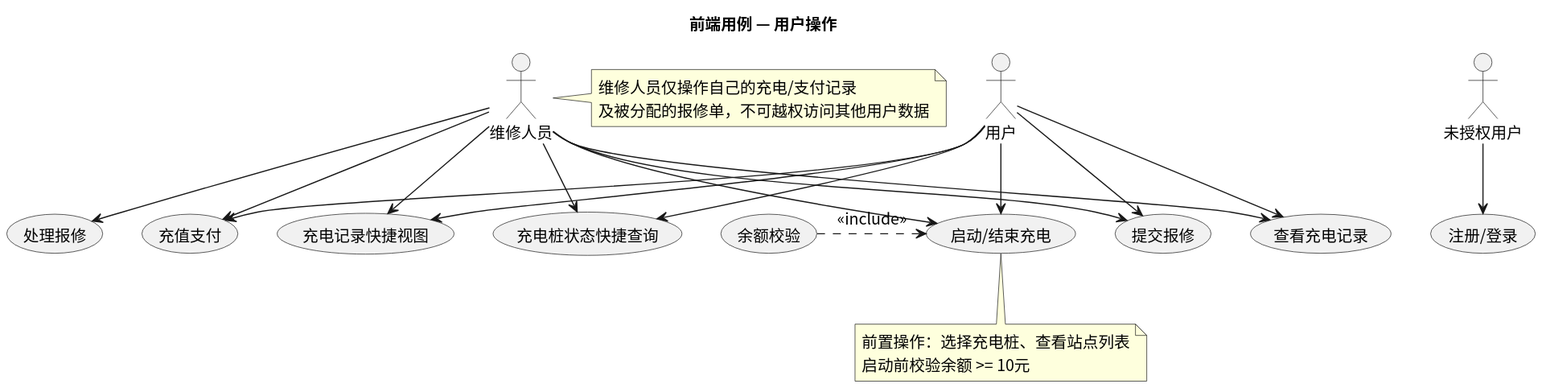
This is usecase/docs/frontend/img/frontend_usecases.svg from greenhandzdl/charging-station-doc, a PlantUML export, as it was before one commit.
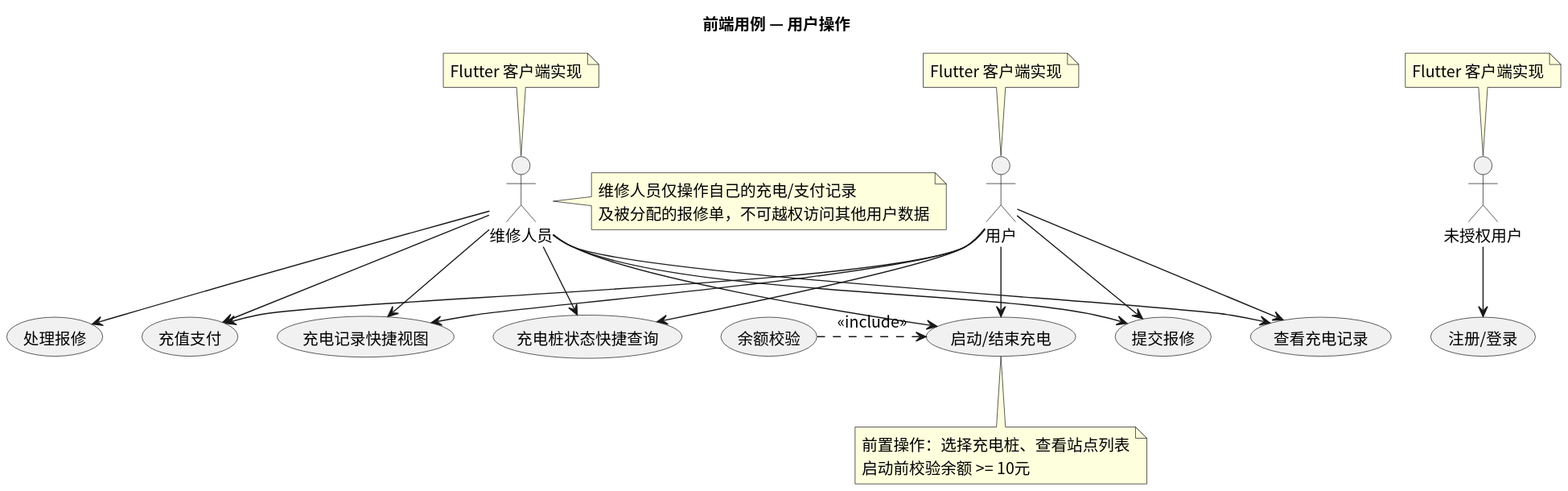
The same diagram one commit later.

Change to the diagram source:
```diff
@@ -7,6 +7,10 @@
 actor "未授权用户" as G
 actor "用户" as U
 actor "维修人员" as M
+
+note top of G : Flutter 客户端实现
+note top of U : Flutter 客户端实现
+note top of M : Flutter 客户端实现
 
 usecase "注册/登录" as LOG
 usecase "启动/结束充电" as CS
```
